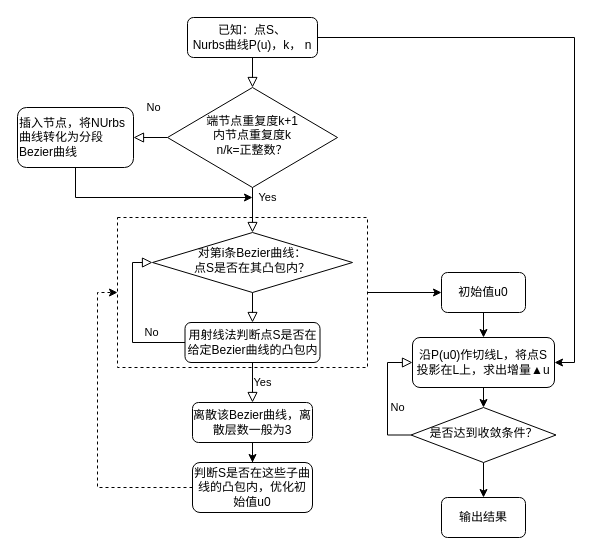
zhouyinuo1998/ZoneN keeps this draw.io diagram as 未命名绘图.drawio. Above is the earlier version. Source tidied: cells renumbered, new cells numbered last; positions are measured from the earlier drawing's top-left corner, leaving out a move shared by most shapes. Both pictures are drawn from the tidied source at 100%, with x=0, y=0 at pixel (17, 17).
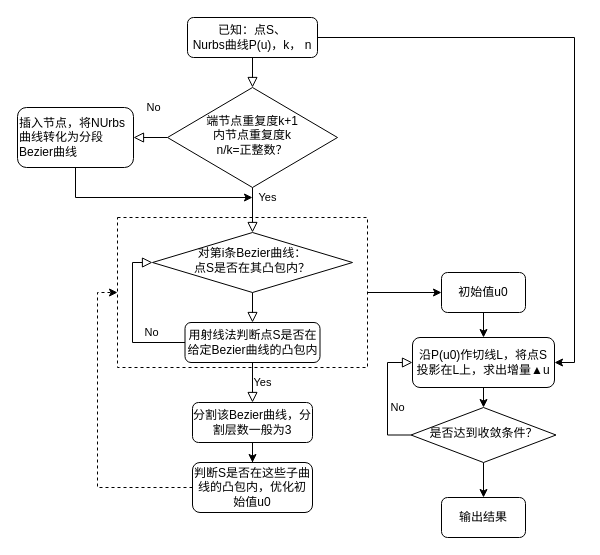
The same page after the edit.

Change to the diagram source:
```diff
@@
-    <mxCell id="15" value="离散该Bezier曲线，离散层数一般为3" style="rounded=1;whiteSpace=wrap;html=1;fontSize=12;glass=0;strokeWidth=1;shadow=0;" parent="1" vertex="1">
+    <mxCell id="15" value="分割该Bezier曲线，分割层数一般为3" style="rounded=1;whiteSpace=wrap;html=1;fontSize=12;glass=0;strokeWidth=1;shadow=0;" parent="1" vertex="1">
       <mxGeometry x="175" y="385" width="120" height="40" as="geometry" />
     </mxCell>
```
